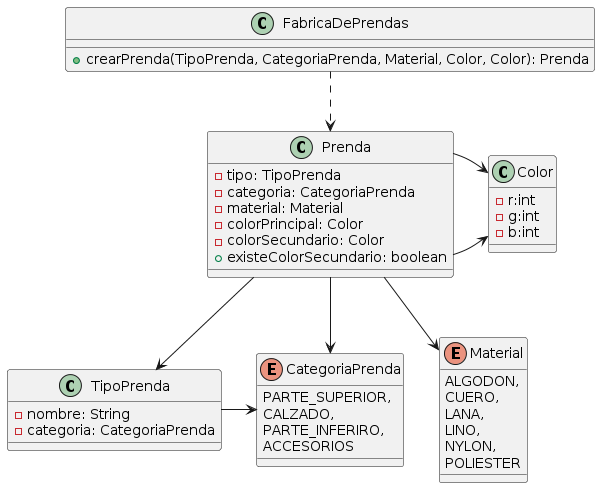
The PlantUML diagram src/main/resources/DER QMP 1ra iteracion.png in rubinhoemanuel/QMP, before a commit. Source of this version:
```plantuml
@startuml
enum CategoriaPrenda {
    PARTE_SUPERIOR,
    CALZADO,
    PARTE_INFERIRO,
    ACCESORIOS
}

class TipoPrenda {
  -nombre: String
  -categoria: CategoriaPrenda
}

TipoPrenda -> CategoriaPrenda

class Color {
  -r:int
  -g:int
  -b:int
}

enum Material {
    ALGODON,
    CUERO,
    LANA,
    LINO,
    NYLON,
    POLIESTER
}

class Prenda {
  -tipo: TipoPrenda
  -categoria: CategoriaPrenda
  -material: Material
  -colorPrincipal: Color
  -colorSecundario: Color
  + existeColorSecundario: boolean
}

Prenda -> TipoPrenda
Prenda --> CategoriaPrenda
Prenda --> Material
Prenda -> Color
Prenda -> Color

class FabricaDePrendas {
  +crearPrenda(TipoPrenda, CategoriaPrenda, Material, Color, Color): Prenda
}

FabricaDePrendas ..> Prenda
@enduml
```
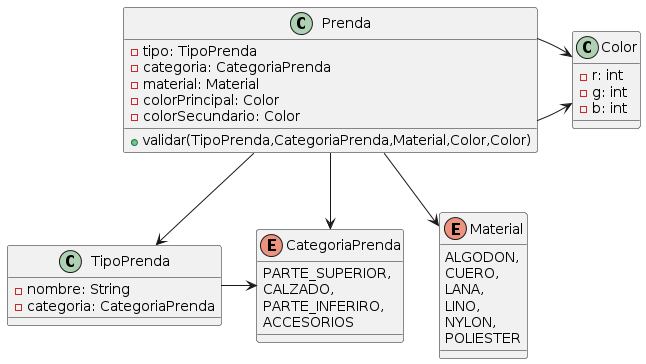
The same file after the commit.

Commit message:
Se agregar validacion en la prenda con excepciones y se cambia DER y test

Change to the diagram source:
```diff
@@ -13,12 +13,6 @@
 
 TipoPrenda -> CategoriaPrenda
 
-class Color {
-  -r:int
-  -g:int
-  -b:int
-}
-
 enum Material {
     ALGODON,
     CUERO,
@@ -28,13 +22,20 @@
     POLIESTER
 }
 
+class Color {
+  -r: int
+  -g: int
+  -b: int
+}
+
 class Prenda {
   -tipo: TipoPrenda
   -categoria: CategoriaPrenda
   -material: Material
   -colorPrincipal: Color
   -colorSecundario: Color
-  + existeColorSecundario: boolean
+
+  +validar(TipoPrenda,CategoriaPrenda,Material,Color,Color)
 }
 
 Prenda -> TipoPrenda
@@ -42,10 +43,4 @@
 Prenda --> Material
 Prenda -> Color
 Prenda -> Color
-
-class FabricaDePrendas {
-  +crearPrenda(TipoPrenda, CategoriaPrenda, Material, Color, Color): Prenda
-}
-
-FabricaDePrendas ..> Prenda
 @enduml
```
